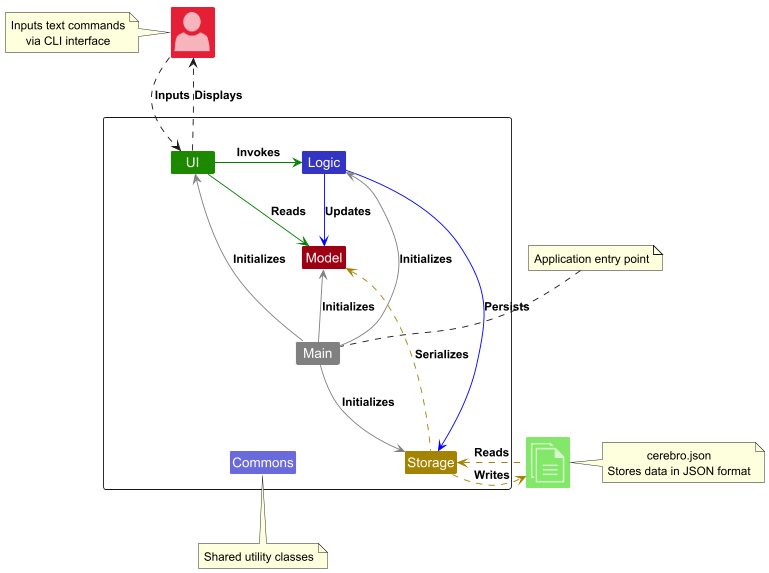
The PlantUML diagram docs/images/ArchitectureDiagram.png in AY2526S1-CS2103T-F08a-1/tp, before a commit. Source of this version:
```plantuml
@startuml
!include <office/Concepts/globe_internet>
!include <office/Concepts/documents>
!include <office/Users/user>
!include style.puml

Class "<$user>" as User MODEL_COLOR_T2
Class "<$documents>" as File UI_COLOR_T1

Package " "<<Rectangle>>{
    Class UI UI_COLOR
    Class Logic LOGIC_COLOR
    Class Storage STORAGE_COLOR
    Class Model MODEL_COLOR
    Class Main #grey

    Class Commons LOGIC_COLOR_T2

    UI -down[hidden]-> Commons
    Logic -down[hidden]-> Commons
}

note left of User
Inputs text commands
via CLI interface
end note

note top of Main
Application entry point
end note

note bottom of Commons
Shared utility classes
end note

note right of File
cerebro.json
Stores data in JSON format
end note

UI -[#green]> Logic : Invokes
UI -right[#green]-> Model : Reads
Logic -[#blue]-> Storage : Persists
Logic -down[#blue]-> Model : Updates
Main -[#grey]-> UI : Initializes
Main -[#grey]-> Logic : Initializes
Main -[#grey]-> Storage : Initializes
Main -up[#grey]-> Model : Initializes
Main -down[hidden]-> Commons

Storage -up[STORAGE_COLOR].> Model : Serializes
Storage .right[STORAGE_COLOR].>File : Writes
File .left[STORAGE_COLOR].>Storage : Reads
User ..> UI : Inputs
UI ..> User : Displays
@enduml
```
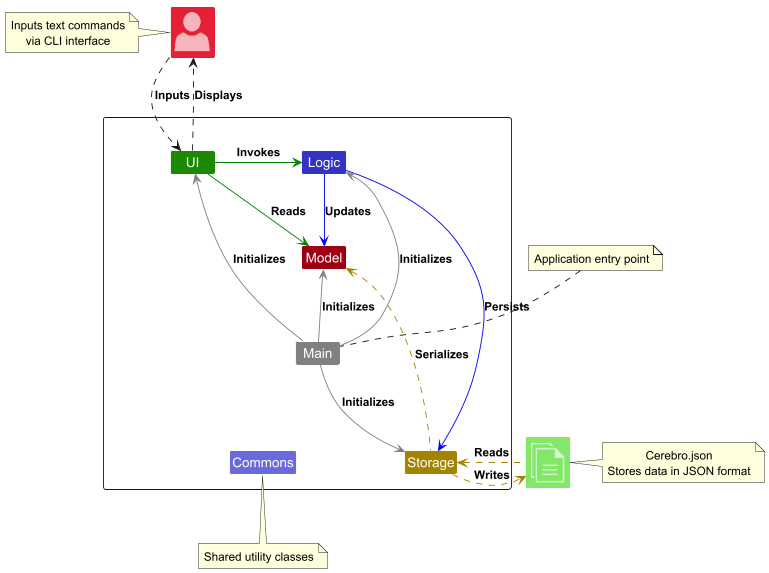
Above is the later version.

Change to the diagram source:
```diff
@@ -34,7 +34,7 @@
 end note
 
 note right of File
-cerebro.json
+Cerebro.json
 Stores data in JSON format
 end note
 
```
